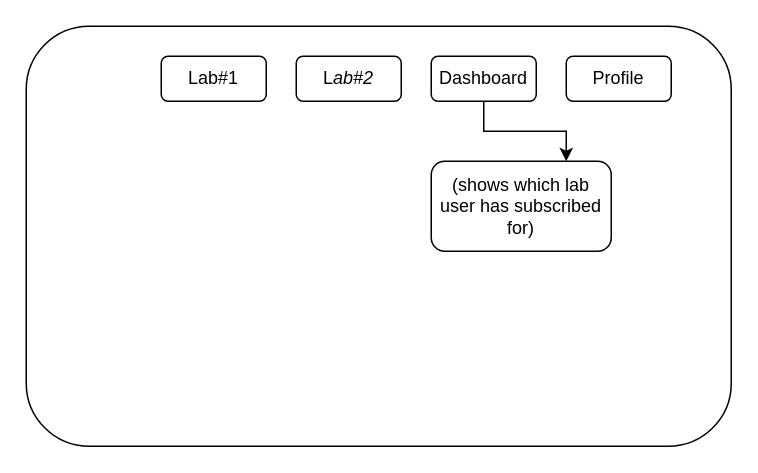
gonchigars/CKAD-exercises keeps this draw.io diagram as page "After Logging in_2" (4 of 6) of Topkuber_Design.drawio. Above is the earlier version. Source tidied: cells renumbered, new cells numbered last; positions are measured from the earlier drawing's top-left corner, leaving out a move shared by most shapes. Both pictures are drawn from the tidied source at 150%, with x=0, y=0 at pixel (26, 26).
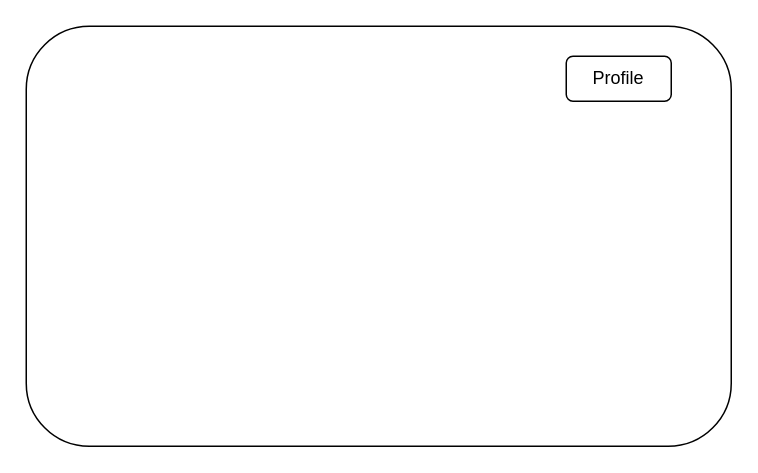
Above is the later version.

The edit, as a diff of the source:
```diff
@@
 <mxGraphModel>
   <root>
     <mxCell id="0" />
     <mxCell id="1" parent="0" />
     <mxCell id="2" style="rounded=1;whiteSpace=wrap;html=1;" parent="1" vertex="1">
       <mxGeometry width="470" height="280" as="geometry" />
     </mxCell>
-    <mxCell id="3" value="Lab#1" style="rounded=1;whiteSpace=wrap;html=1;" parent="1" vertex="1">
-      <mxGeometry x="90" y="20" width="70" height="30" as="geometry" />
-    </mxCell>
-    <mxCell id="4" value="L&lt;i&gt;ab#2&lt;/i&gt;" style="rounded=1;whiteSpace=wrap;html=1;" parent="1" vertex="1">
-      <mxGeometry x="180" y="20" width="70" height="30" as="geometry" />
-    </mxCell>
-    <mxCell id="5" style="edgeStyle=orthogonalEdgeStyle;rounded=0;jettySize=auto;html=1;entryX=0.75;entryY=0;entryDx=0;entryDy=0;" parent="1" edge="1" source="6" target="7">
-      <mxGeometry relative="1" as="geometry" />
-    </mxCell>
-    <mxCell id="6" value="Dashboard&lt;br&gt;" style="rounded=1;whiteSpace=wrap;html=1;" parent="1" vertex="1">
-      <mxGeometry x="270" y="20" width="70" height="30" as="geometry" />
-    </mxCell>
-    <mxCell id="7" value="&lt;span&gt;(shows which lab user has subscribed for)&lt;/span&gt;" style="rounded=1;whiteSpace=wrap;html=1;" parent="1" vertex="1">
-      <mxGeometry x="270" y="90" width="120" height="60" as="geometry" />
-    </mxCell>
     <mxCell id="8" value="Profile" style="rounded=1;whiteSpace=wrap;html=1;" parent="1" vertex="1">
       <mxGeometry x="360" y="20" width="70" height="30" as="geometry" />
     </mxCell>
   </root>
 </mxGraphModel>
```
